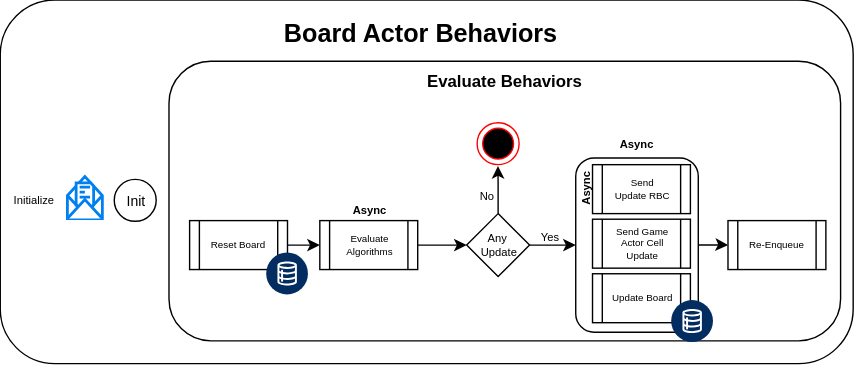
Earlier version of the draw.io export docs/BoardActor.svg (sunlao/py_sudoku_solver). Source tidied: cells renumbered, new cells last; positions are measured from the earlier drawing's top-left corner, leaving out a move shared by most shapes.
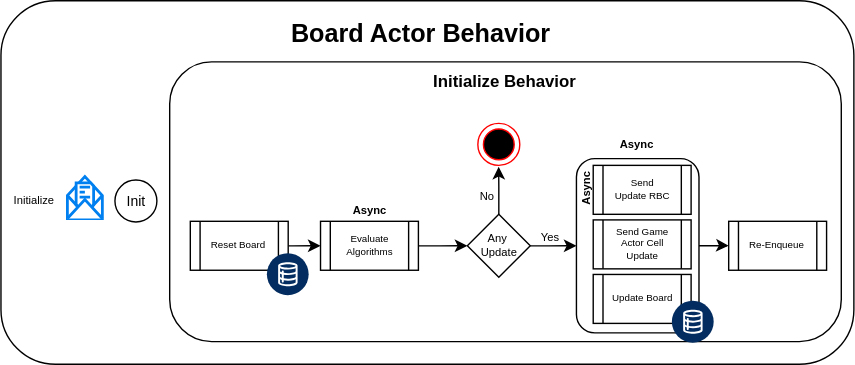
Above is the later version.

The edit, as a diff of the source:
```diff
@@ -29,7 +29,7 @@
     <mxCell id="10" value="Reset Board" style="shape=process;whiteSpace=wrap;html=1;backgroundOutline=1;fontSize=7;" parent="1" vertex="1">
       <mxGeometry x="135.4" y="157.8" width="70" height="35" as="geometry" />
     </mxCell>
-    <mxCell id="11" value="Evaluate Behaviors" style="text;html=1;whiteSpace=wrap;strokeColor=none;fillColor=none;align=center;verticalAlign=middle;rounded=0;fontStyle=1;" parent="1" vertex="1">
+    <mxCell id="11" value="Initialize Behavior" style="text;html=1;whiteSpace=wrap;strokeColor=none;fillColor=none;align=center;verticalAlign=middle;rounded=0;fontStyle=1;" parent="1" vertex="1">
       <mxGeometry x="119.9" y="42.8" width="481" height="30" as="geometry" />
     </mxCell>
     <mxCell id="12" style="edgeStyle=orthogonalEdgeStyle;rounded=0;jettySize=auto;html=1;entryX=0;entryY=0.5;entryDx=0;entryDy=0;" parent="1" edge="1" source="13" target="19">
@@ -76,7 +76,7 @@
     <mxCell id="25" value="No" style="text;html=1;whiteSpace=wrap;strokeColor=none;fillColor=none;align=center;verticalAlign=middle;rounded=0;fontSize=8;" parent="1" vertex="1">
       <mxGeometry x="337.5" y="133.8" width="20" height="12.5" as="geometry" />
     </mxCell>
-    <mxCell id="26" value="Board Actor Behaviors" style="text;html=1;whiteSpace=wrap;strokeColor=none;fillColor=none;align=center;verticalAlign=middle;rounded=0;fontStyle=1;fontSize=18;" parent="1" vertex="1">
+    <mxCell id="26" value="Board Actor Behavior" style="text;html=1;whiteSpace=wrap;strokeColor=none;fillColor=none;align=center;verticalAlign=middle;rounded=0;fontStyle=1;fontSize=18;" parent="1" vertex="1">
       <mxGeometry x="0.9" y="10" width="598.9" height="27" as="geometry" />
     </mxCell>
     <mxCell id="27" style="verticalLabelPosition=bottom;html=1;shape=mxgraph.salesforce.data2;fillColorStyles=fillColor2,fillColor3;fillColor2=#032d60;fillColor3=#ffffff;fillColor=none;strokeColor=none;" parent="1" vertex="1">
```
